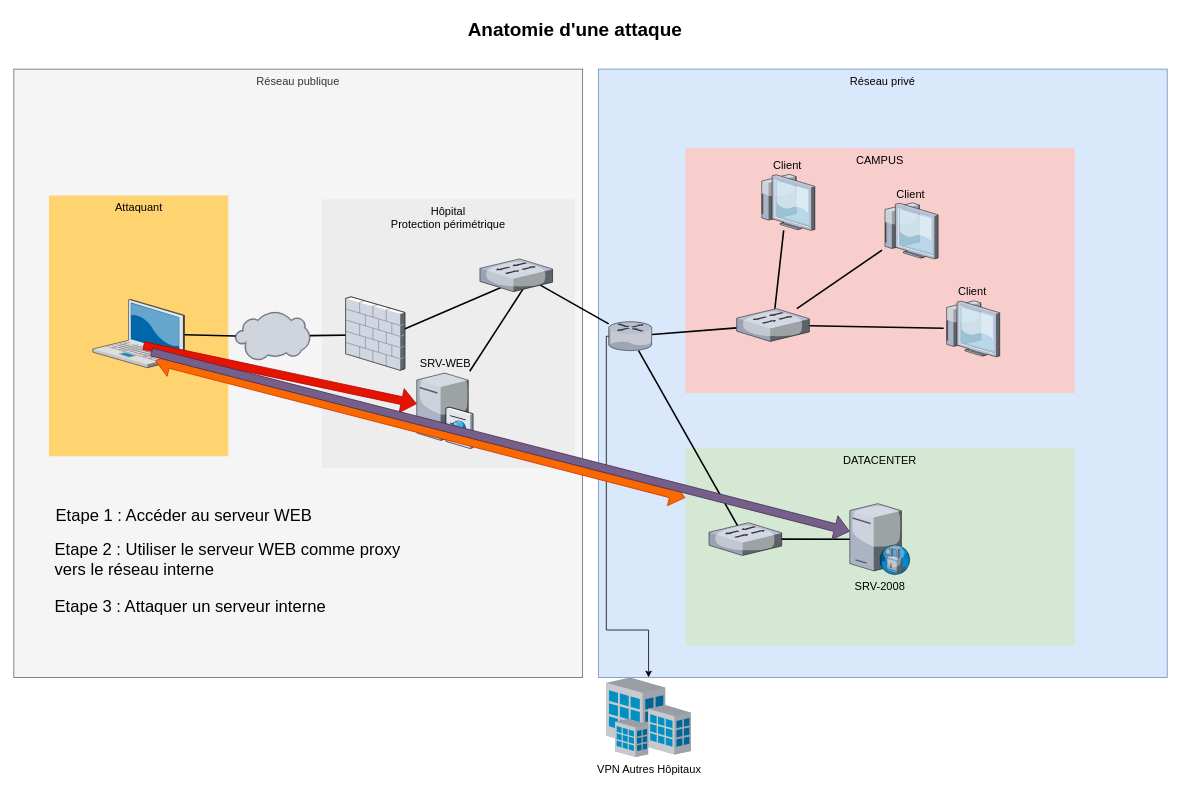
This is anatomie-attack-etape3.drawio from ebsd/drawio, a draw.io file, before an edit. Source tidied: cells renumbered, new cells numbered last; positions are measured from the earlier drawing's top-left corner, leaving out a move shared by most shapes. Both pictures are drawn from the tidied source at 79%, with x=0, y=0 at pixel (13, 13).
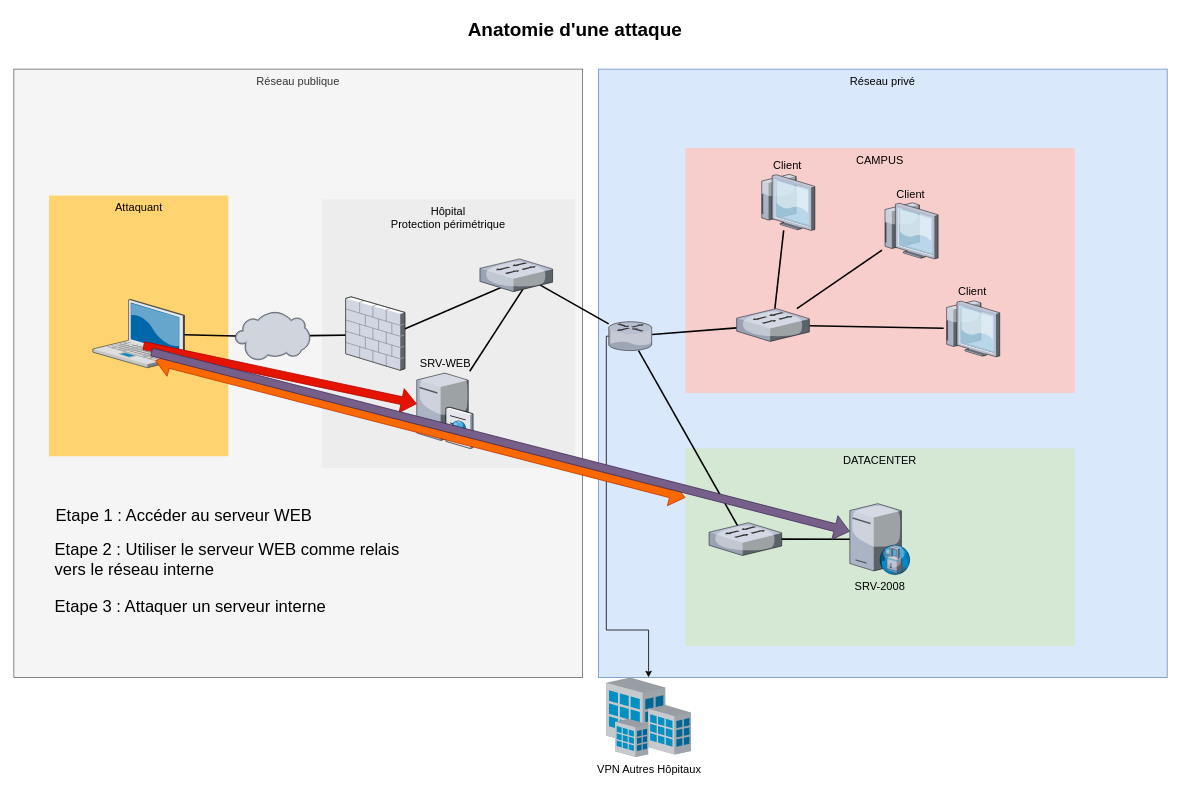
The same page after the edit.

What changed in the source:
```diff
@@
-    <mxCell id="36" value="&lt;font style=&quot;font-size: 21px;&quot;&gt;Etape 2 : Utiliser le serveur WEB comme proxy&lt;br&gt;vers le réseau interne&lt;/font&gt;" style="text;html=1;align=left;verticalAlign=middle;fillColor=none;strokeColor=none;rounded=0;" parent="1" vertex="1">
+    <mxCell id="36" value="&lt;font style=&quot;font-size: 21px;&quot;&gt;Etape 2 : Utiliser le serveur WEB comme relais&lt;br&gt;vers le réseau interne&lt;/font&gt;" style="text;html=1;align=left;verticalAlign=middle;fillColor=none;strokeColor=none;rounded=0;" parent="1" vertex="1">
       <mxGeometry x="50" y="670" width="450" height="40" as="geometry" />
     </mxCell>
```
